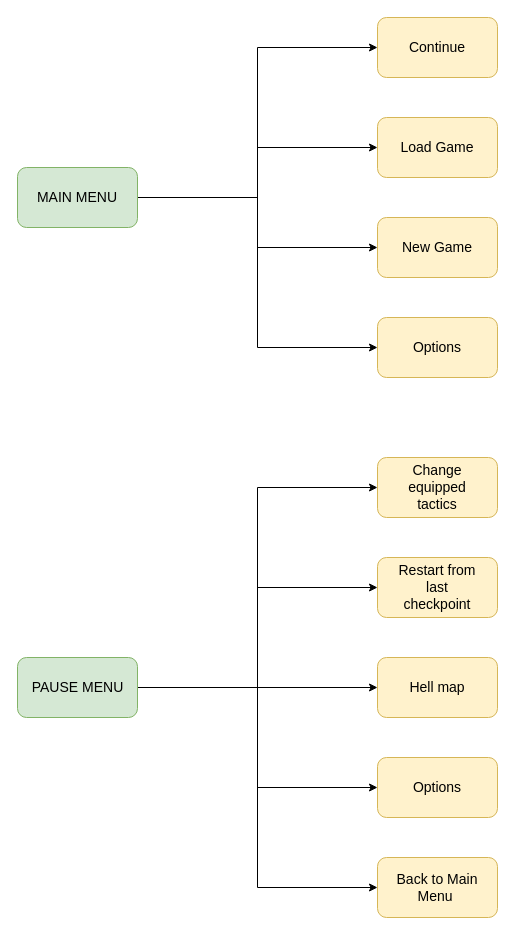
Earlier version of the draw.io diagram Documenti/Diagrams/HFO_Screens.drawio (Matteo-Moriani/HellForOne). Source tidied: cells renumbered, new cells numbered last; positions are measured from the earlier drawing's top-left corner, leaving out a move shared by most shapes. Both pictures are drawn from the tidied source at 100%, with x=0, y=0 at pixel (17, 17).
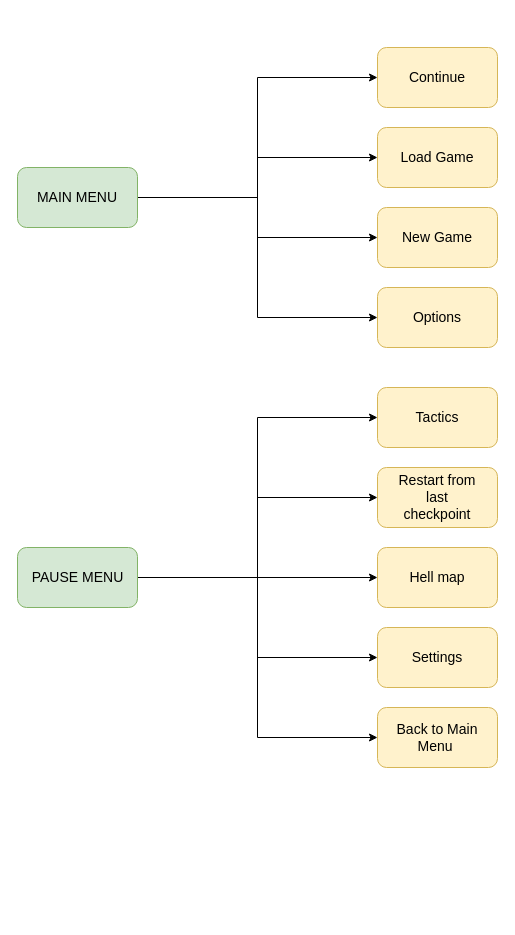
The same diagram, later.

Change to the diagram source:
```diff
@@
     <mxCell id="8" style="rounded=1;whiteSpace=wrap;html=1;fillColor=#fff2cc;strokeColor=#d6b656;" parent="1" vertex="1">
-      <mxGeometry x="360" width="120" height="60" as="geometry" />
+      <mxGeometry x="360" y="30" width="120" height="60" as="geometry" />
     </mxCell>
     <mxCell id="9" value="&lt;span style=&quot;font-size: 14px&quot;&gt;Continue&lt;/span&gt;" style="text;html=1;strokeColor=none;fillColor=none;align=center;verticalAlign=middle;whiteSpace=wrap;rounded=0;" parent="1" vertex="1">
-      <mxGeometry x="375" y="20" width="90" height="20" as="geometry" />
+      <mxGeometry x="375" y="50" width="90" height="20" as="geometry" />
     </mxCell>
     <mxCell id="10" style="rounded=1;whiteSpace=wrap;html=1;fillColor=#fff2cc;strokeColor=#d6b656;" parent="1" vertex="1">
-      <mxGeometry x="360" y="100" width="120" height="60" as="geometry" />
+      <mxGeometry x="360" y="110" width="120" height="60" as="geometry" />
     </mxCell>
     <mxCell id="11" value="&lt;span style=&quot;font-size: 14px&quot;&gt;Load Game&lt;/span&gt;" style="text;html=1;strokeColor=none;fillColor=none;align=center;verticalAlign=middle;whiteSpace=wrap;rounded=0;" parent="1" vertex="1">
-      <mxGeometry x="375" y="120" width="90" height="20" as="geometry" />
+      <mxGeometry x="375" y="130" width="90" height="20" as="geometry" />
     </mxCell>
     <mxCell id="12" style="rounded=1;whiteSpace=wrap;html=1;fillColor=#fff2cc;strokeColor=#d6b656;" parent="1" vertex="1">
-      <mxGeometry x="360" y="200" width="120" height="60" as="geometry" />
+      <mxGeometry x="360" y="190" width="120" height="60" as="geometry" />
     </mxCell>
     <mxCell id="13" value="&lt;span style=&quot;font-size: 14px&quot;&gt;New Game&lt;/span&gt;" style="text;html=1;strokeColor=none;fillColor=none;align=center;verticalAlign=middle;whiteSpace=wrap;rounded=0;" parent="1" vertex="1">
-      <mxGeometry x="375" y="220" width="90" height="20" as="geometry" />
+      <mxGeometry x="375" y="210" width="90" height="20" as="geometry" />
     </mxCell>
     <mxCell id="14" style="rounded=1;whiteSpace=wrap;html=1;fillColor=#fff2cc;strokeColor=#d6b656;" parent="1" vertex="1">
-      <mxGeometry x="360" y="300" width="120" height="60" as="geometry" />
+      <mxGeometry x="360" y="270" width="120" height="60" as="geometry" />
     </mxCell>
     <mxCell id="15" value="&lt;span style=&quot;font-size: 14px&quot;&gt;Options&lt;/span&gt;" style="text;html=1;strokeColor=none;fillColor=none;align=center;verticalAlign=middle;whiteSpace=wrap;rounded=0;" parent="1" vertex="1">
-      <mxGeometry x="375" y="320" width="90" height="20" as="geometry" />
+      <mxGeometry x="375" y="290" width="90" height="20" as="geometry" />
     </mxCell>
@@
     <mxCell id="21" style="rounded=1;whiteSpace=wrap;html=1;fillColor=#d5e8d4;strokeColor=#82b366;" parent="1" vertex="1">
-      <mxGeometry y="640" width="120" height="60" as="geometry" />
+      <mxGeometry y="530" width="120" height="60" as="geometry" />
     </mxCell>
     <mxCell id="22" value="&lt;span style=&quot;font-size: 14px&quot;&gt;PAUSE MENU&lt;/span&gt;" style="text;html=1;strokeColor=none;fillColor=none;align=center;verticalAlign=middle;whiteSpace=wrap;rounded=0;" parent="1" vertex="1">
-      <mxGeometry x="7.5" y="660" width="105" height="20" as="geometry" />
+      <mxGeometry x="7.5" y="550" width="105" height="20" as="geometry" />
     </mxCell>
     <mxCell id="23" style="rounded=1;whiteSpace=wrap;html=1;fillColor=#fff2cc;strokeColor=#d6b656;" parent="1" vertex="1">
-      <mxGeometry x="360" y="440" width="120" height="60" as="geometry" />
+      <mxGeometry x="360" y="370" width="120" height="60" as="geometry" />
     </mxCell>
-    <mxCell id="24" value="&lt;span style=&quot;font-size: 14px&quot;&gt;Change equipped tactics&lt;/span&gt;" style="text;html=1;strokeColor=none;fillColor=none;align=center;verticalAlign=middle;whiteSpace=wrap;rounded=0;" parent="1" vertex="1">
-      <mxGeometry x="375" y="460" width="90" height="20" as="geometry" />
+    <mxCell id="24" value="&lt;span style=&quot;font-size: 14px&quot;&gt;Tactics&lt;/span&gt;" style="text;html=1;strokeColor=none;fillColor=none;align=center;verticalAlign=middle;whiteSpace=wrap;rounded=0;" parent="1" vertex="1">
+      <mxGeometry x="375" y="390" width="90" height="20" as="geometry" />
     </mxCell>
     <mxCell id="25" style="rounded=1;whiteSpace=wrap;html=1;fillColor=#fff2cc;strokeColor=#d6b656;" parent="1" vertex="1">
-      <mxGeometry x="360" y="640" width="120" height="60" as="geometry" />
+      <mxGeometry x="360" y="530" width="120" height="60" as="geometry" />
     </mxCell>
     <mxCell id="26" value="&lt;span style=&quot;font-size: 14px&quot;&gt;Hell map&lt;/span&gt;" style="text;html=1;strokeColor=none;fillColor=none;align=center;verticalAlign=middle;whiteSpace=wrap;rounded=0;" parent="1" vertex="1">
-      <mxGeometry x="375" y="660" width="90" height="20" as="geometry" />
+      <mxGeometry x="375" y="550" width="90" height="20" as="geometry" />
     </mxCell>
     <mxCell id="27" style="rounded=1;whiteSpace=wrap;html=1;fillColor=#fff2cc;strokeColor=#d6b656;" parent="1" vertex="1">
-      <mxGeometry x="360" y="740" width="120" height="60" as="geometry" />
+      <mxGeometry x="360" y="610" width="120" height="60" as="geometry" />
     </mxCell>
-    <mxCell id="28" value="&lt;span style=&quot;font-size: 14px&quot;&gt;Options&lt;/span&gt;" style="text;html=1;strokeColor=none;fillColor=none;align=center;verticalAlign=middle;whiteSpace=wrap;rounded=0;" parent="1" vertex="1">
-      <mxGeometry x="375" y="760" width="90" height="20" as="geometry" />
+    <mxCell id="28" value="&lt;span style=&quot;font-size: 14px&quot;&gt;Settings&lt;/span&gt;" style="text;html=1;strokeColor=none;fillColor=none;align=center;verticalAlign=middle;whiteSpace=wrap;rounded=0;" parent="1" vertex="1">
+      <mxGeometry x="375" y="630" width="90" height="20" as="geometry" />
     </mxCell>
     <mxCell id="29" style="rounded=1;whiteSpace=wrap;html=1;fillColor=#fff2cc;strokeColor=#d6b656;" parent="1" vertex="1">
-      <mxGeometry x="360" y="840" width="120" height="60" as="geometry" />
+      <mxGeometry x="360" y="690" width="120" height="60" as="geometry" />
     </mxCell>
     <mxCell id="30" value="&lt;span style=&quot;font-size: 14px&quot;&gt;Back to Main Menu&amp;nbsp;&lt;/span&gt;" style="text;html=1;strokeColor=none;fillColor=none;align=center;verticalAlign=middle;whiteSpace=wrap;rounded=0;" parent="1" vertex="1">
-      <mxGeometry x="375" y="860" width="90" height="20" as="geometry" />
+      <mxGeometry x="375" y="710" width="90" height="20" as="geometry" />
     </mxCell>
     <mxCell id="31" style="rounded=1;whiteSpace=wrap;html=1;fillColor=#fff2cc;strokeColor=#d6b656;" parent="1" vertex="1">
-      <mxGeometry x="360" y="540" width="120" height="60" as="geometry" />
+      <mxGeometry x="360" y="450" width="120" height="60" as="geometry" />
     </mxCell>
     <mxCell id="32" value="&lt;span style=&quot;font-size: 14px&quot;&gt;Restart from last checkpoint&lt;/span&gt;" style="text;html=1;strokeColor=none;fillColor=none;align=center;verticalAlign=middle;whiteSpace=wrap;rounded=0;" parent="1" vertex="1">
-      <mxGeometry x="375" y="560" width="90" height="20" as="geometry" />
+      <mxGeometry x="375" y="470" width="90" height="20" as="geometry" />
     </mxCell>
```
